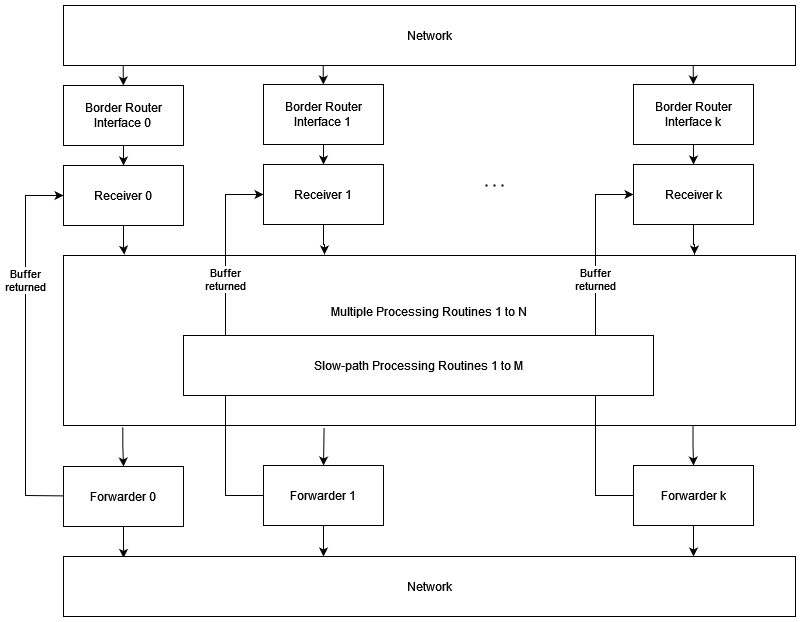
scionproto/scion keeps this draw.io diagram as doc/fig/border_router/br_design.png. Above is the earlier version. Source tidied: cells renumbered, new cells last; positions are measured from the earlier drawing's top-left corner, leaving out a move shared by most shapes. Its diagram source:
```xml
<mxGraphModel>
  <root>
    <mxCell id="0" />
    <mxCell id="1" parent="0" />
    <mxCell id="2" style="endArrow=classic;html=1;rounded=0;" parent="1" edge="1" source="14" target="10">
      <mxGeometry relative="1" as="geometry">
        <Array as="points">
          <mxPoint y="490" />
          <mxPoint y="190" />
        </Array>
      </mxGeometry>
    </mxCell>
    <mxCell id="3" style="endArrow=classic;html=1;rounded=0;exitX=0.081;exitY=1.008;exitDx=0;exitDy=0;exitPerimeter=0;" parent="1" edge="1" target="8">
      <mxGeometry relative="1" as="geometry">
        <mxPoint x="97.7" y="60.6" as="sourcePoint" />
      </mxGeometry>
    </mxCell>
    <mxCell id="4" value="&lt;div&gt;Buffer&lt;/div&gt;&lt;div&gt;returned&lt;/div&gt;" style="edgeLabel;html=1;align=center;verticalAlign=middle;" parent="1" vertex="1">
      <mxGeometry y="275" as="geometry" />
    </mxCell>
    <mxCell id="5" value="&lt;div&gt;Buffer&lt;/div&gt;&lt;div&gt;returned&lt;/div&gt;" style="edgeLabel;html=1;align=center;verticalAlign=middle;" parent="1" vertex="1">
      <mxGeometry x="600" y="275" as="geometry" />
    </mxCell>
    <mxCell id="6" style="endArrow=none;dashed=1;html=1;dashPattern=1 3;strokeWidth=2;rounded=0;" parent="1" edge="1">
      <mxGeometry relative="1" as="geometry">
        <mxPoint x="460" y="180" as="sourcePoint" />
        <mxPoint x="480" y="180" as="targetPoint" />
      </mxGeometry>
    </mxCell>
    <mxCell id="7" style="edgeStyle=orthogonalEdgeStyle;rounded=0;jettySize=auto;html=1;" parent="1" edge="1" source="8" target="10">
      <mxGeometry relative="1" as="geometry" />
    </mxCell>
    <mxCell id="8" value="&lt;div&gt;Border Router&lt;/div&gt;&lt;div&gt;Interface 0&lt;br&gt;&lt;/div&gt;" style="rounded=0;whiteSpace=wrap;html=1;" parent="1" vertex="1">
      <mxGeometry x="38" y="80" width="120" height="60" as="geometry" />
    </mxCell>
    <mxCell id="9" style="edgeStyle=orthogonalEdgeStyle;rounded=0;jettySize=auto;html=1;entryX=0.083;entryY=-0.005;entryDx=0;entryDy=0;entryPerimeter=0;" parent="1" edge="1" source="10" target="12">
      <mxGeometry relative="1" as="geometry" />
    </mxCell>
    <mxCell id="10" value="Receiver 0" style="rounded=0;whiteSpace=wrap;html=1;" parent="1" vertex="1">
      <mxGeometry x="38" y="160" width="120" height="60" as="geometry" />
    </mxCell>
    <mxCell id="11" style="edgeStyle=orthogonalEdgeStyle;rounded=0;jettySize=auto;html=1;exitX=0.081;exitY=1.01;exitDx=0;exitDy=0;exitPerimeter=0;" parent="1" edge="1" source="12" target="14">
      <mxGeometry relative="1" as="geometry" />
    </mxCell>
    <mxCell id="12" value="&lt;div&gt;Multiple Processing Routines 1 to N&lt;/div&gt;&lt;div&gt;&lt;br&gt;&lt;/div&gt;&lt;div&gt;&lt;br&gt;&lt;/div&gt;&lt;div&gt;&lt;br&gt;&lt;/div&gt;&lt;div&gt;&lt;br&gt;&lt;/div&gt;" style="rounded=0;whiteSpace=wrap;html=1;" parent="1" vertex="1">
      <mxGeometry x="38" y="250" width="732" height="170" as="geometry" />
    </mxCell>
    <mxCell id="13" style="edgeStyle=orthogonalEdgeStyle;rounded=0;jettySize=auto;html=1;entryX=0.082;entryY=0.024;entryDx=0;entryDy=0;entryPerimeter=0;" parent="1" edge="1" source="14" target="16">
      <mxGeometry relative="1" as="geometry" />
    </mxCell>
    <mxCell id="14" value="Forwarder 0" style="rounded=0;whiteSpace=wrap;html=1;" parent="1" vertex="1">
      <mxGeometry x="38" y="461" width="120" height="60" as="geometry" />
    </mxCell>
    <mxCell id="15" value="Network" style="rounded=0;whiteSpace=wrap;html=1;" parent="1" vertex="1">
      <mxGeometry x="38" width="732" height="60" as="geometry" />
    </mxCell>
    <mxCell id="16" value="Network" style="rounded=0;whiteSpace=wrap;html=1;" parent="1" vertex="1">
      <mxGeometry x="38" y="551" width="732" height="60" as="geometry" />
    </mxCell>
    <mxCell id="17" style="endArrow=classic;html=1;rounded=0;" parent="1" edge="1" source="25" target="23">
      <mxGeometry relative="1" as="geometry">
        <Array as="points">
          <mxPoint x="200" y="490" />
          <mxPoint x="200" y="189" />
        </Array>
      </mxGeometry>
    </mxCell>
    <mxCell id="18" style="endArrow=classic;html=1;rounded=0;exitX=0.081;exitY=1.008;exitDx=0;exitDy=0;exitPerimeter=0;" parent="1" edge="1" target="21">
      <mxGeometry relative="1" as="geometry">
        <mxPoint x="297.7" y="59.6" as="sourcePoint" />
      </mxGeometry>
    </mxCell>
    <mxCell id="19" value="&lt;div&gt;Buffer&lt;/div&gt;&lt;div&gt;returned&lt;/div&gt;" style="edgeLabel;html=1;align=center;verticalAlign=middle;" parent="1" vertex="1">
      <mxGeometry x="200" y="274" as="geometry" />
    </mxCell>
    <mxCell id="20" style="edgeStyle=orthogonalEdgeStyle;rounded=0;jettySize=auto;html=1;" parent="1" edge="1" source="21" target="23">
      <mxGeometry relative="1" as="geometry" />
    </mxCell>
    <mxCell id="21" value="&lt;div&gt;Border Router&lt;/div&gt;&lt;div&gt;Interface 1&lt;br&gt;&lt;/div&gt;" style="rounded=0;whiteSpace=wrap;html=1;" parent="1" vertex="1">
      <mxGeometry x="238" y="79" width="120" height="60" as="geometry" />
    </mxCell>
    <mxCell id="22" style="edgeStyle=orthogonalEdgeStyle;rounded=0;jettySize=auto;html=1;entryX=0.083;entryY=-0.005;entryDx=0;entryDy=0;entryPerimeter=0;" parent="1" edge="1" source="23">
      <mxGeometry relative="1" as="geometry">
        <mxPoint x="299" y="249" as="targetPoint" />
      </mxGeometry>
    </mxCell>
    <mxCell id="23" value="Receiver 1" style="rounded=0;whiteSpace=wrap;html=1;" parent="1" vertex="1">
      <mxGeometry x="238" y="159" width="120" height="60" as="geometry" />
    </mxCell>
    <mxCell id="24" style="edgeStyle=orthogonalEdgeStyle;rounded=0;jettySize=auto;html=1;entryX=0.082;entryY=0.024;entryDx=0;entryDy=0;entryPerimeter=0;" parent="1" edge="1" source="25">
      <mxGeometry relative="1" as="geometry">
        <mxPoint x="298" y="551" as="targetPoint" />
      </mxGeometry>
    </mxCell>
    <mxCell id="25" value="Forwarder 1" style="rounded=0;whiteSpace=wrap;html=1;" parent="1" vertex="1">
      <mxGeometry x="238" y="460" width="120" height="60" as="geometry" />
    </mxCell>
    <mxCell id="26" style="endArrow=classic;html=1;rounded=0;" parent="1" edge="1" source="34" target="32">
      <mxGeometry relative="1" as="geometry">
        <Array as="points">
          <mxPoint x="570" y="490" />
          <mxPoint x="570" y="189" />
        </Array>
      </mxGeometry>
    </mxCell>
    <mxCell id="27" style="endArrow=classic;html=1;rounded=0;exitX=0.081;exitY=1.008;exitDx=0;exitDy=0;exitPerimeter=0;" parent="1" edge="1" target="30">
      <mxGeometry relative="1" as="geometry">
        <mxPoint x="667.7" y="59.6" as="sourcePoint" />
      </mxGeometry>
    </mxCell>
    <mxCell id="28" value="&lt;div&gt;Buffer&lt;/div&gt;&lt;div&gt;returned&lt;/div&gt;" style="edgeLabel;html=1;align=center;verticalAlign=middle;" parent="1" vertex="1">
      <mxGeometry x="570" y="274" as="geometry" />
    </mxCell>
    <mxCell id="29" style="edgeStyle=orthogonalEdgeStyle;rounded=0;jettySize=auto;html=1;" parent="1" edge="1" source="30" target="32">
      <mxGeometry relative="1" as="geometry" />
    </mxCell>
    <mxCell id="30" value="&lt;div&gt;Border Router&lt;/div&gt;&lt;div&gt;Interface k&lt;br&gt;&lt;/div&gt;" style="rounded=0;whiteSpace=wrap;html=1;" parent="1" vertex="1">
      <mxGeometry x="608" y="79" width="120" height="60" as="geometry" />
    </mxCell>
    <mxCell id="31" style="edgeStyle=orthogonalEdgeStyle;rounded=0;jettySize=auto;html=1;entryX=0.083;entryY=-0.005;entryDx=0;entryDy=0;entryPerimeter=0;" parent="1" edge="1" source="32">
      <mxGeometry relative="1" as="geometry">
        <mxPoint x="669" y="249" as="targetPoint" />
      </mxGeometry>
    </mxCell>
    <mxCell id="32" value="Receiver k" style="rounded=0;whiteSpace=wrap;html=1;" parent="1" vertex="1">
      <mxGeometry x="608" y="159" width="120" height="60" as="geometry" />
    </mxCell>
    <mxCell id="33" style="edgeStyle=orthogonalEdgeStyle;rounded=0;jettySize=auto;html=1;entryX=0.082;entryY=0.024;entryDx=0;entryDy=0;entryPerimeter=0;" parent="1" edge="1" source="34">
      <mxGeometry relative="1" as="geometry">
        <mxPoint x="668" y="551" as="targetPoint" />
      </mxGeometry>
    </mxCell>
    <mxCell id="34" value="Forwarder k" style="rounded=0;whiteSpace=wrap;html=1;" parent="1" vertex="1">
      <mxGeometry x="608" y="460" width="120" height="60" as="geometry" />
    </mxCell>
    <mxCell id="35" value="Slow-path Processing Routines 1 to M" style="rounded=0;whiteSpace=wrap;html=1;" parent="1" vertex="1">
      <mxGeometry x="158" y="330" width="470" height="60" as="geometry" />
    </mxCell>
    <mxCell id="36" style="edgeStyle=orthogonalEdgeStyle;rounded=0;jettySize=auto;html=1;exitX=0.356;exitY=1.015;exitDx=0;exitDy=0;exitPerimeter=0;entryX=0.5;entryY=0;entryDx=0;entryDy=0;" parent="1" edge="1" source="12" target="25">
      <mxGeometry relative="1" as="geometry" />
    </mxCell>
    <mxCell id="37" style="edgeStyle=orthogonalEdgeStyle;rounded=0;jettySize=auto;html=1;exitX=0.86;exitY=1.002;exitDx=0;exitDy=0;exitPerimeter=0;" parent="1" edge="1" source="12" target="34">
      <mxGeometry relative="1" as="geometry" />
    </mxCell>
  </root>
</mxGraphModel>
```
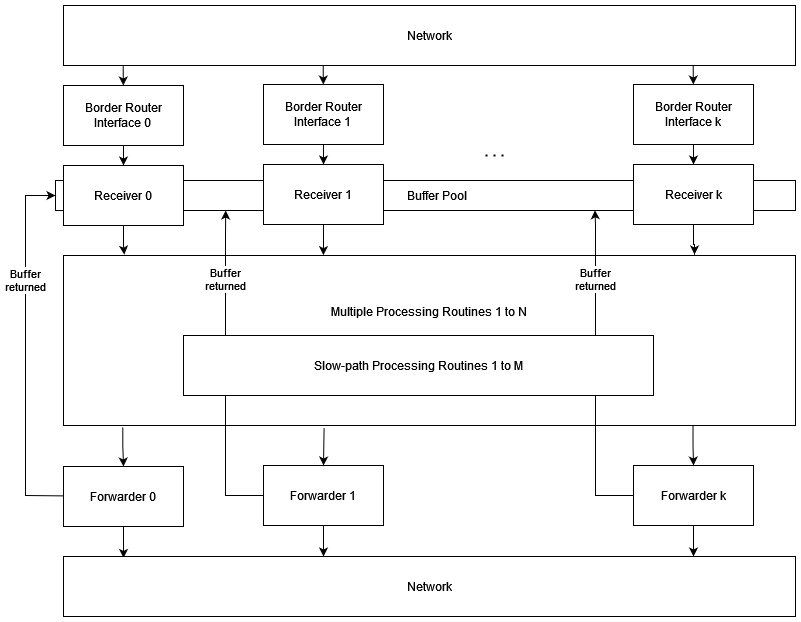
The same file after the commit.

Commit message:
Improve design document (#5)

Improve design document

Change to the diagram source:
```diff
@@ -2,8 +2,12 @@
   <root>
     <mxCell id="0" />
     <mxCell id="1" parent="0" />
+    <mxCell id="38" value="&amp;nbsp;&amp;nbsp;&amp;nbsp;&amp;nbsp;&amp;nbsp;&amp;nbsp;&amp;nbsp; Buffer Pool" style="rounded=0;whiteSpace=wrap;html=1;" parent="1" vertex="1">
+      <mxGeometry x="30" y="175" width="740" height="30" as="geometry" />
+    </mxCell>
-    <mxCell id="2" style="endArrow=classic;html=1;rounded=0;" parent="1" edge="1" source="14" target="10">
+    <mxCell id="2" style="endArrow=classic;html=1;rounded=0;" parent="1" edge="1" source="14">
       <mxGeometry relative="1" as="geometry">
+        <mxPoint x="30" y="190" as="targetPoint" />
         <Array as="points">
           <mxPoint y="490" />
           <mxPoint y="190" />
@@ -23,8 +27,8 @@
     </mxCell>
     <mxCell id="6" style="endArrow=none;dashed=1;html=1;dashPattern=1 3;strokeWidth=2;rounded=0;" parent="1" edge="1">
       <mxGeometry relative="1" as="geometry">
-        <mxPoint x="460" y="180" as="sourcePoint" />
-        <mxPoint x="480" y="180" as="targetPoint" />
+        <mxPoint x="460" y="150" as="sourcePoint" />
+        <mxPoint x="480" y="150" as="targetPoint" />
       </mxGeometry>
     </mxCell>
     <mxCell id="7" style="edgeStyle=orthogonalEdgeStyle;rounded=0;jettySize=auto;html=1;" parent="1" edge="1" source="8" target="10">
@@ -57,11 +61,11 @@
     <mxCell id="16" value="Network" style="rounded=0;whiteSpace=wrap;html=1;" parent="1" vertex="1">
       <mxGeometry x="38" y="551" width="732" height="60" as="geometry" />
     </mxCell>
-    <mxCell id="17" style="endArrow=classic;html=1;rounded=0;" parent="1" edge="1" source="25" target="23">
+    <mxCell id="17" style="endArrow=classic;html=1;rounded=0;entryX=0.23;entryY=1;entryDx=0;entryDy=0;entryPerimeter=0;" parent="1" edge="1" source="25" target="38">
       <mxGeometry relative="1" as="geometry">
         <Array as="points">
           <mxPoint x="200" y="490" />
-          <mxPoint x="200" y="189" />
+          <mxPoint x="200" y="230" />
         </Array>
       </mxGeometry>
     </mxCell>
@@ -79,10 +83,8 @@
     <mxCell id="21" value="&lt;div&gt;Border Router&lt;/div&gt;&lt;div&gt;Interface 1&lt;br&gt;&lt;/div&gt;" style="rounded=0;whiteSpace=wrap;html=1;" parent="1" vertex="1">
       <mxGeometry x="238" y="79" width="120" height="60" as="geometry" />
     </mxCell>
-    <mxCell id="22" style="edgeStyle=orthogonalEdgeStyle;rounded=0;jettySize=auto;html=1;entryX=0.083;entryY=-0.005;entryDx=0;entryDy=0;entryPerimeter=0;" parent="1" edge="1" source="23">
-      <mxGeometry relative="1" as="geometry">
-        <mxPoint x="299" y="249" as="targetPoint" />
-      </mxGeometry>
+    <mxCell id="22" style="edgeStyle=orthogonalEdgeStyle;rounded=0;jettySize=auto;html=1;entryX=0.355;entryY=-0.002;entryDx=0;entryDy=0;entryPerimeter=0;" parent="1" edge="1" source="23" target="12">
+      <mxGeometry relative="1" as="geometry" />
     </mxCell>
     <mxCell id="23" value="Receiver 1" style="rounded=0;whiteSpace=wrap;html=1;" parent="1" vertex="1">
       <mxGeometry x="238" y="159" width="120" height="60" as="geometry" />
@@ -95,11 +97,11 @@
     <mxCell id="25" value="Forwarder 1" style="rounded=0;whiteSpace=wrap;html=1;" parent="1" vertex="1">
       <mxGeometry x="238" y="460" width="120" height="60" as="geometry" />
     </mxCell>
-    <mxCell id="26" style="endArrow=classic;html=1;rounded=0;" parent="1" edge="1" source="34" target="32">
+    <mxCell id="26" style="endArrow=classic;html=1;rounded=0;entryX=0.729;entryY=0.992;entryDx=0;entryDy=0;entryPerimeter=0;" parent="1" edge="1" source="34" target="38">
       <mxGeometry relative="1" as="geometry">
         <Array as="points">
           <mxPoint x="570" y="490" />
-          <mxPoint x="570" y="189" />
+          <mxPoint x="570" y="220" />
         </Array>
       </mxGeometry>
     </mxCell>
```
